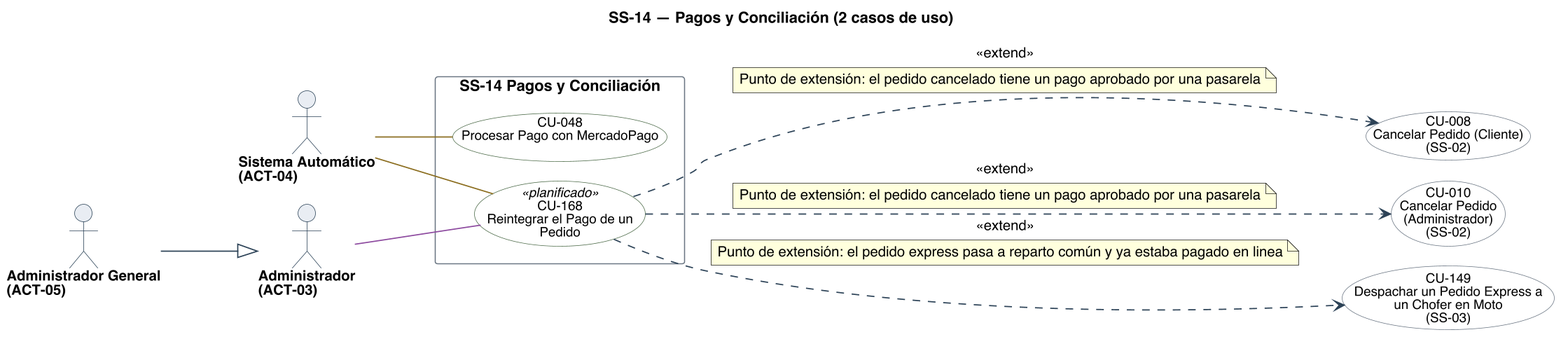
Nahuelito-Dev/splg-docs keeps this PlantUML diagram as diagramas/uml/CU_SS-14_Pagos-Y-Conciliacion.png. Above is the earlier version.
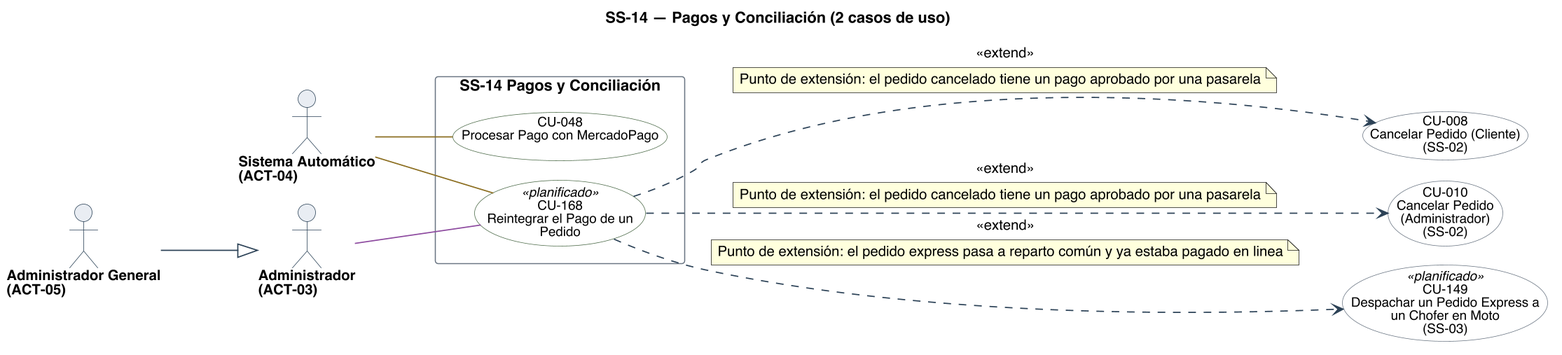
After the change.

Diff of the diagram source:
```diff
@@ -45,7 +45,7 @@
 
 usecase "CU-008\nCancelar Pedido (Cliente)\n(SS-02)" as U008 #back:FFFFFF;line:6B7683
 usecase "CU-010\nCancelar Pedido\n(Administrador)\n(SS-02)" as U010 #back:FFFFFF;line:6B7683
-usecase "CU-149\nDespachar un Pedido Express a\nun Chofer en Moto\n(SS-03)" as U149 #back:FFFFFF;line:6B7683
+usecase "CU-149\nDespachar un Pedido Express a\nun Chofer en Moto\n(SS-03)" as U149 <<planificado>> #back:FFFFFF;line:6B7683
 
 A03 -[#8C4A9E]- U168
 A04 -[#8A6D1F]- U048
```
